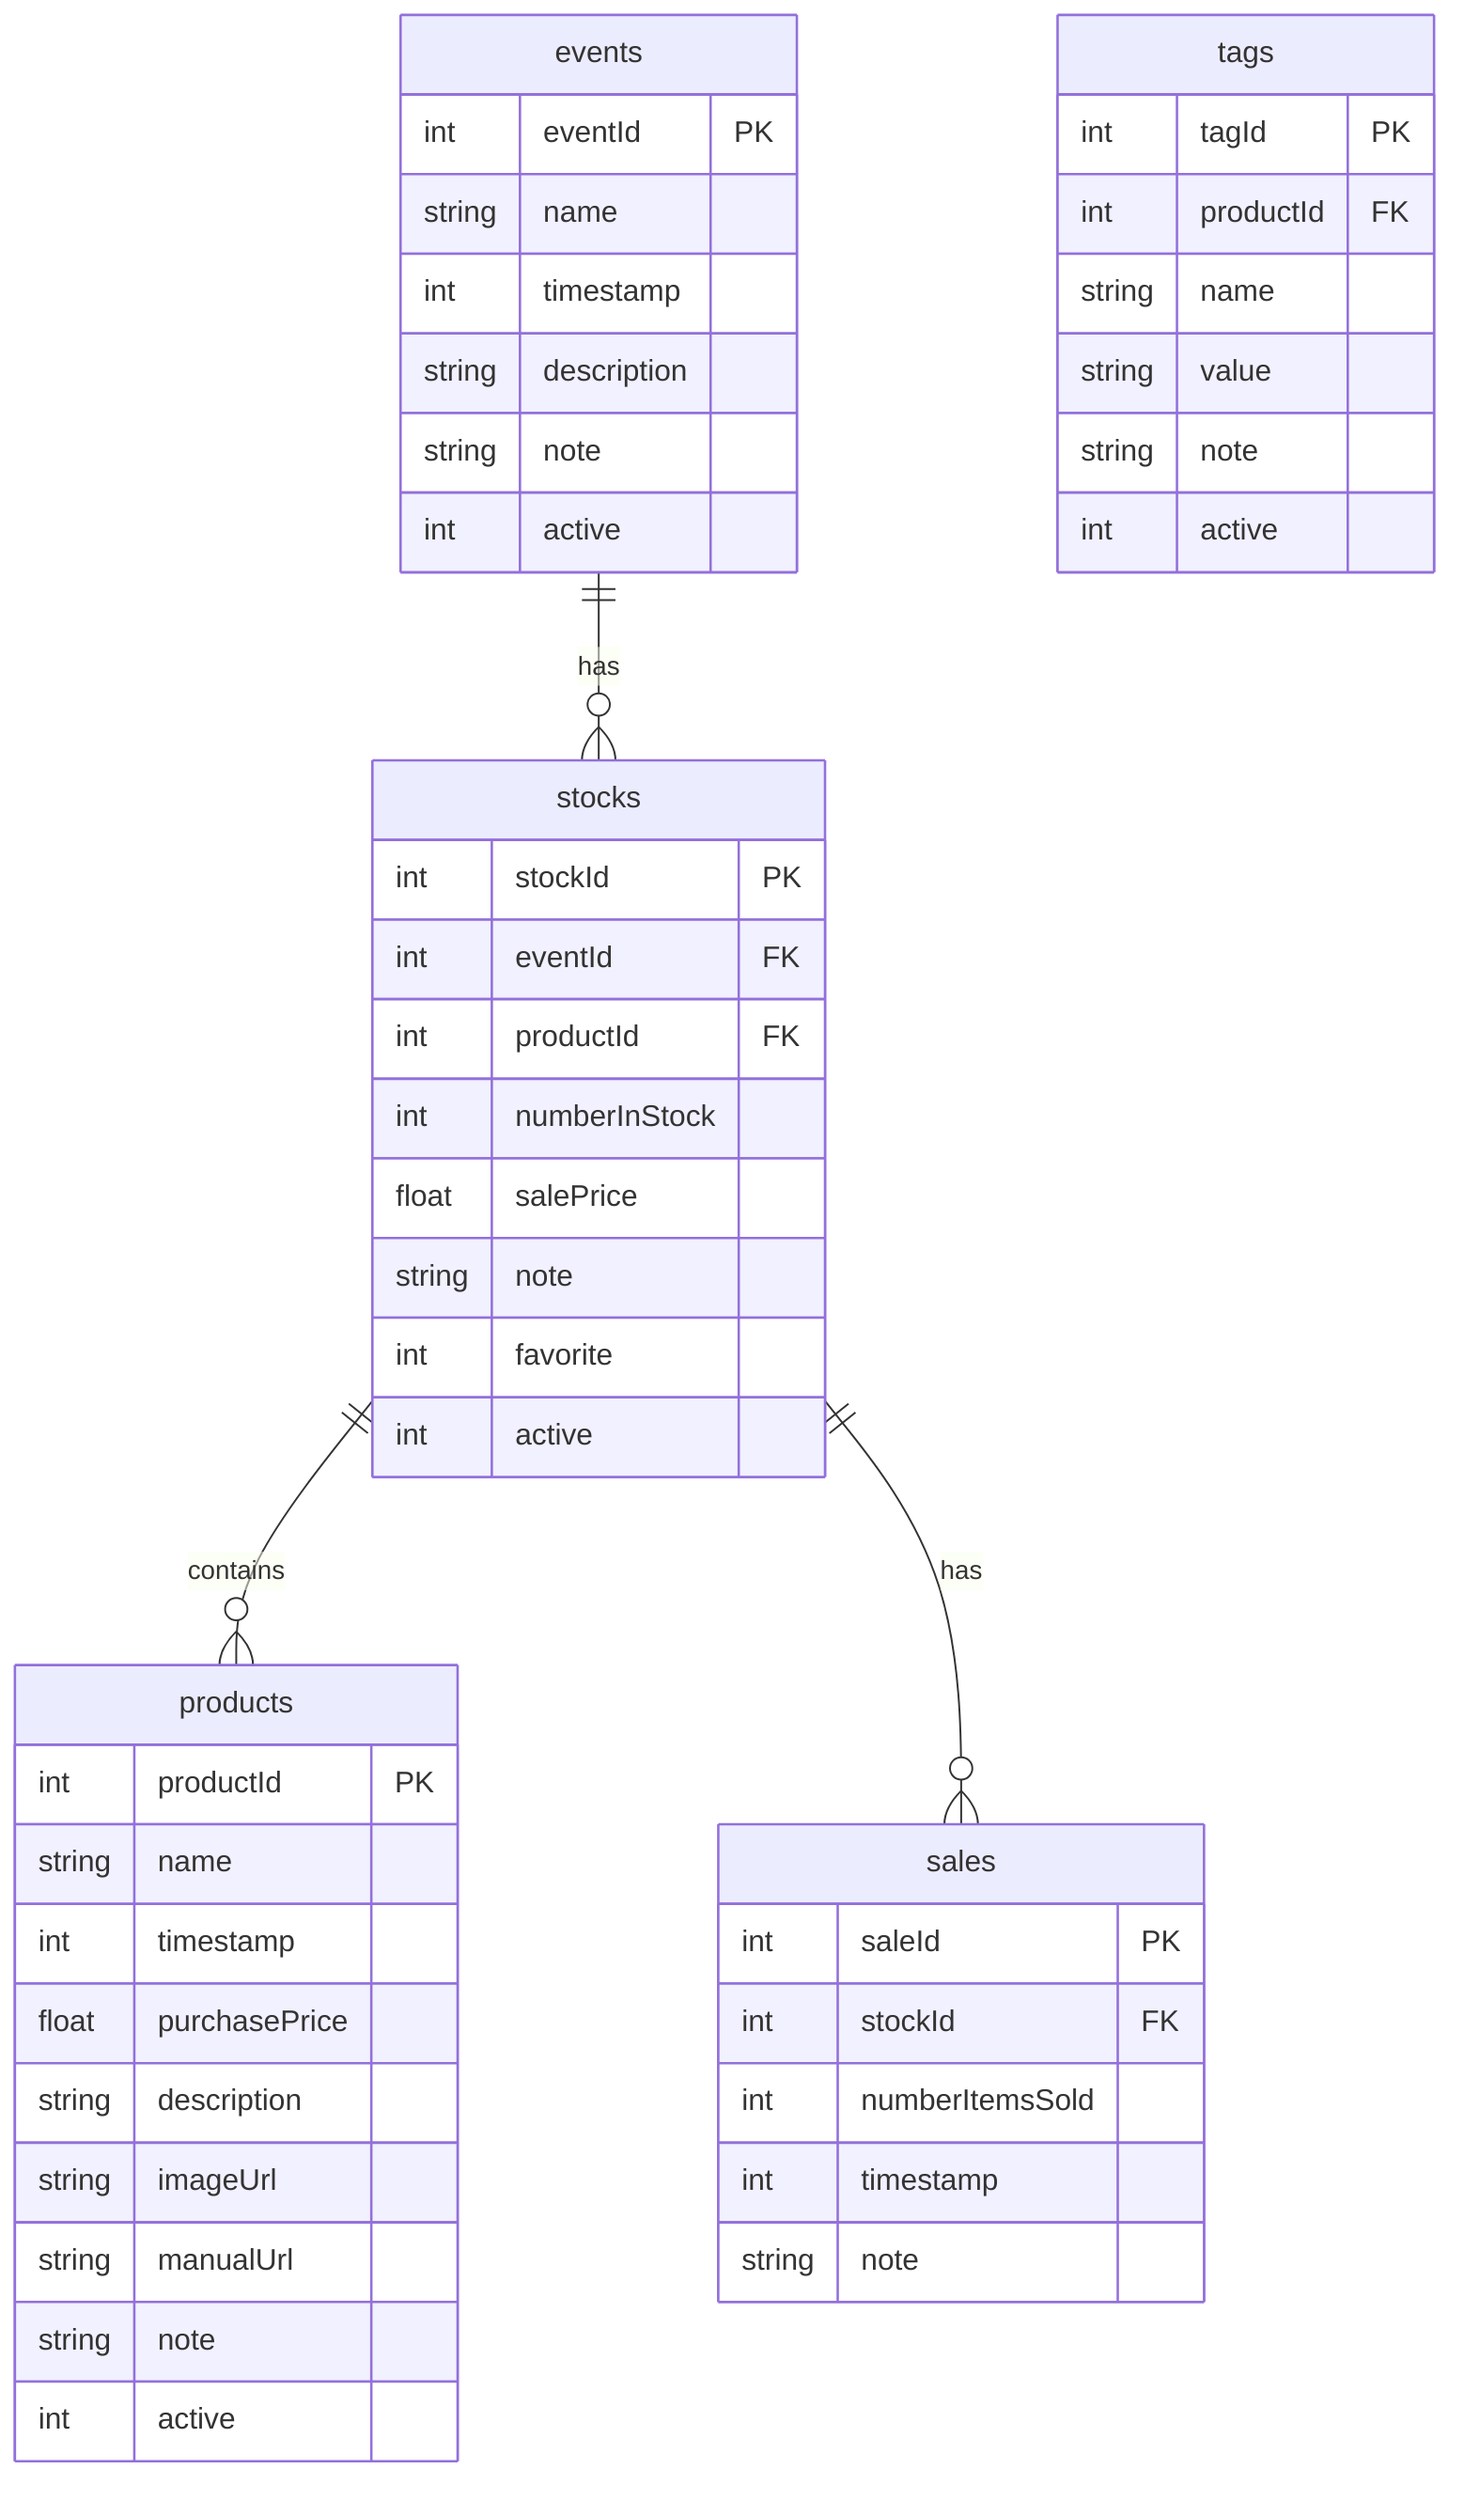
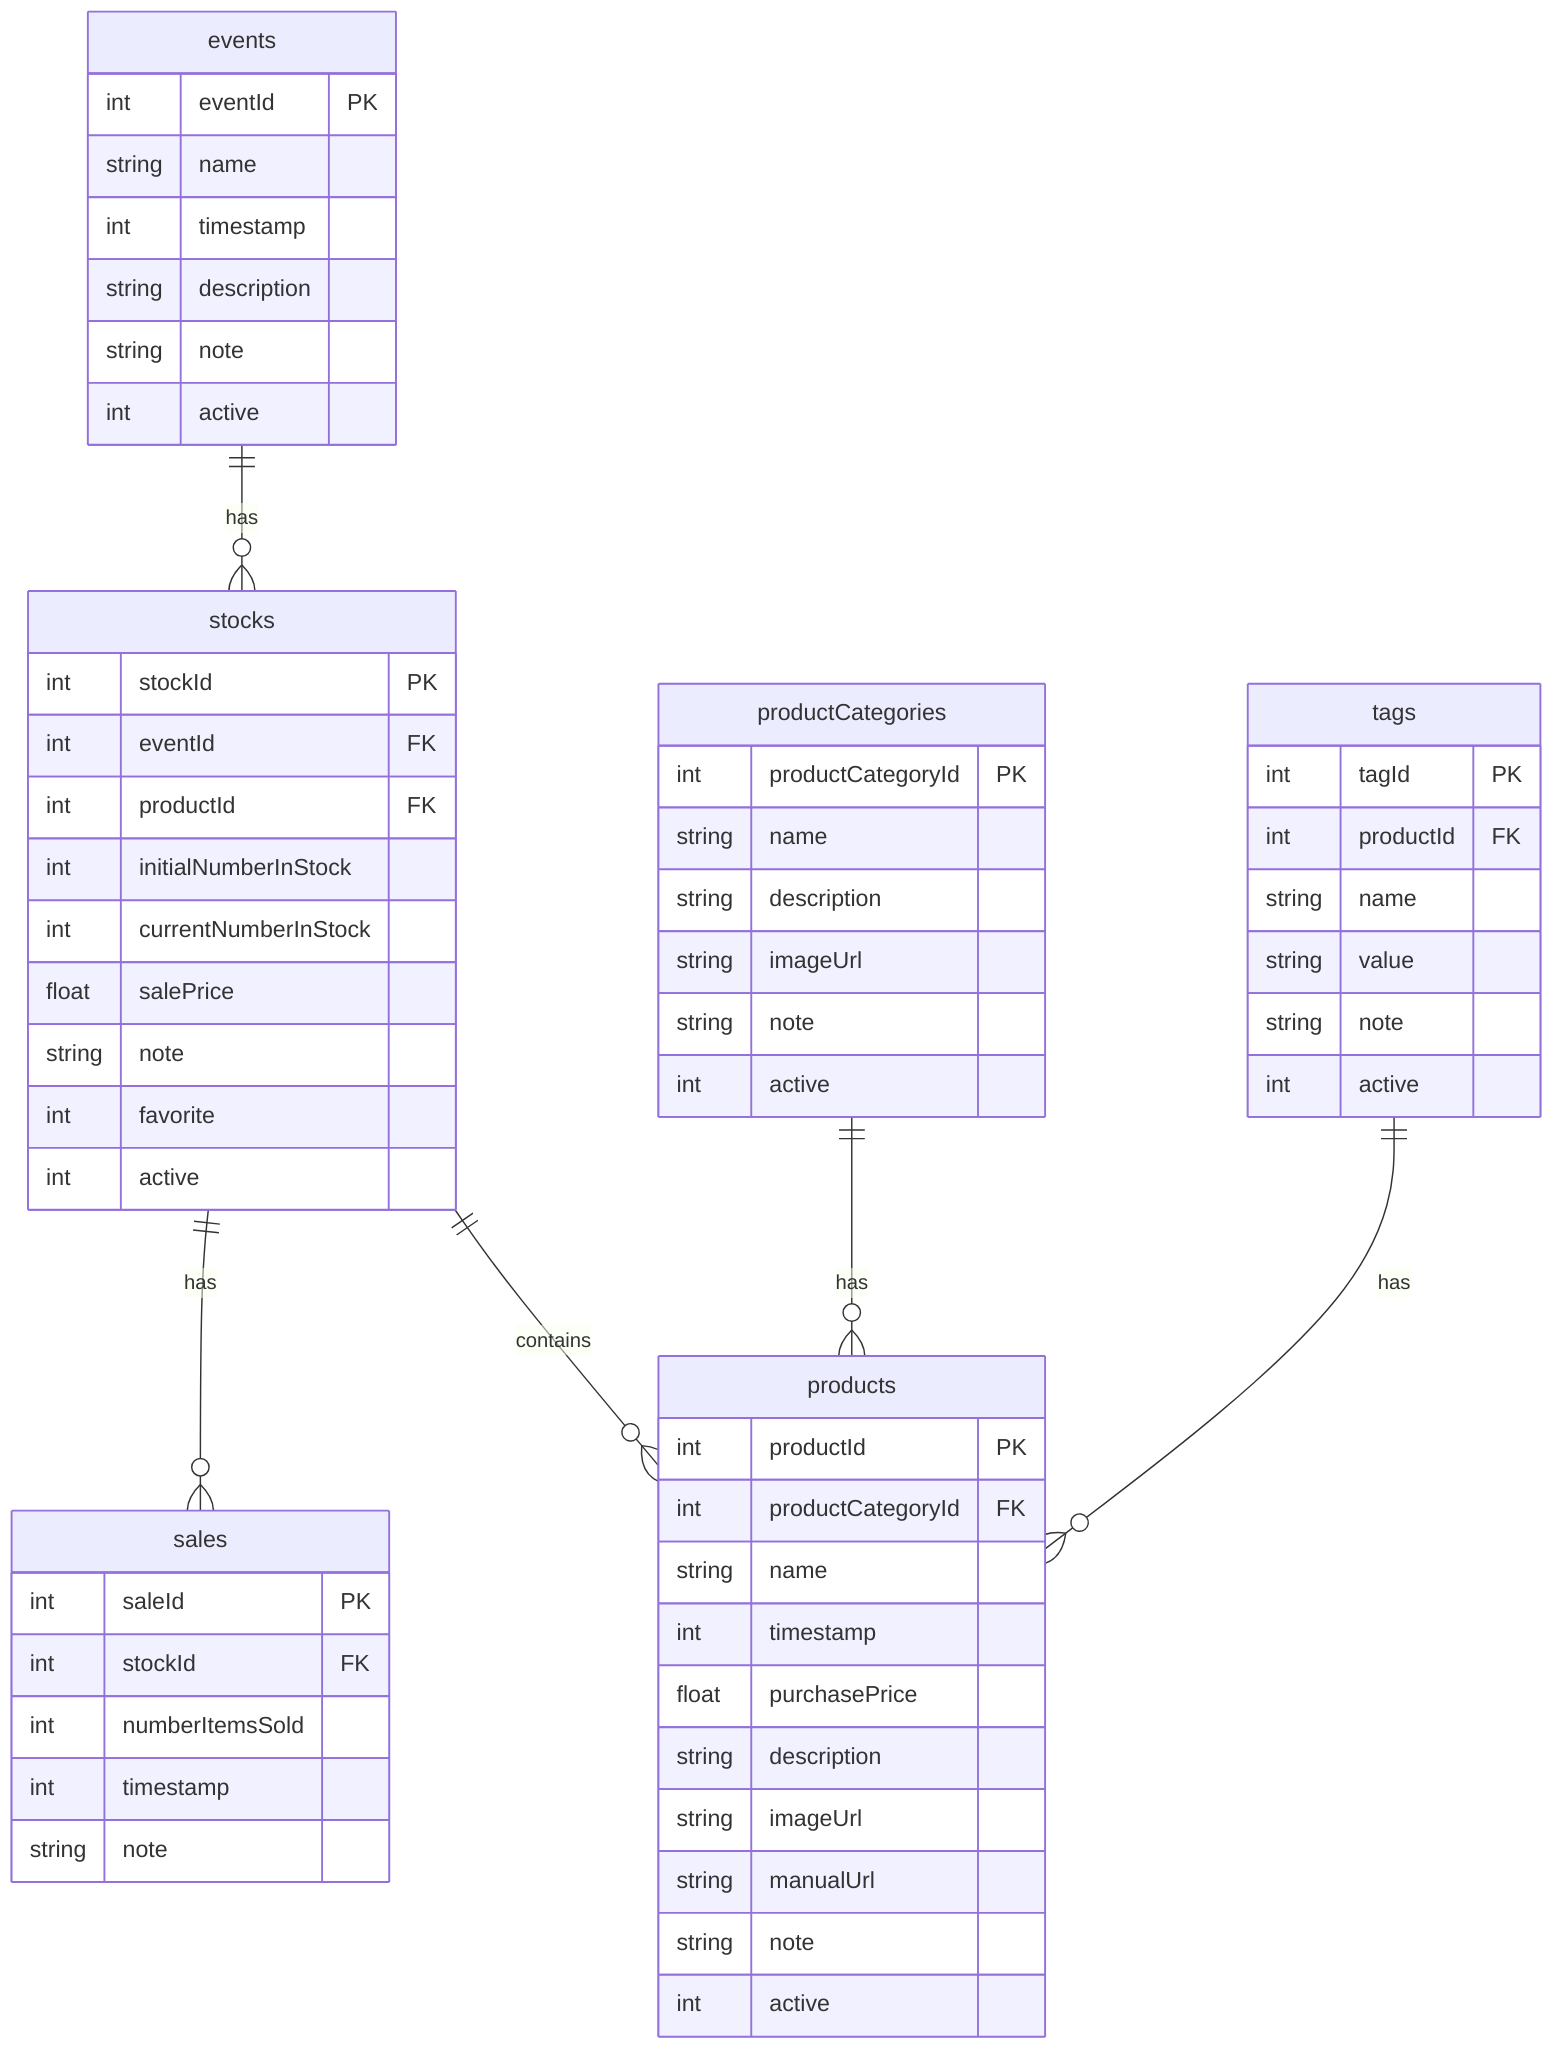
erDiagram
     stocks ||--o{ products : contains
     events ||--o{ stocks : has
     stocks ||--o{ sales : has
+      productCategories ||--o{ products : has
+      tags ||--o{ products : has

     events {
         int eventId PK
         string name
         int timestamp
         string description
         string note
         int active
     }

+      productCategories {
+          int productCategoryId PK
+          string name
+          string description
+          string imageUrl
+          string note
+          int active
+      }
+ 
     products {
         int productId PK
+          int productCategoryId FK
         string name
         int timestamp
         float purchasePrice
         string description
         string imageUrl
         string manualUrl
         string note
         int active
     }

     stocks {
         int stockId PK
         int eventId FK
         int productId FK
-          int numberInStock
+          int initialNumberInStock
+          int currentNumberInStock
         float salePrice
         string note
         int favorite
         int active
     }

     sales {
         int saleId PK
         int stockId FK
         int numberItemsSold
         int timestamp
         string note
     }

     tags {
         int tagId PK
         int productId FK
         string name
         string value
         string note
         int active
     }